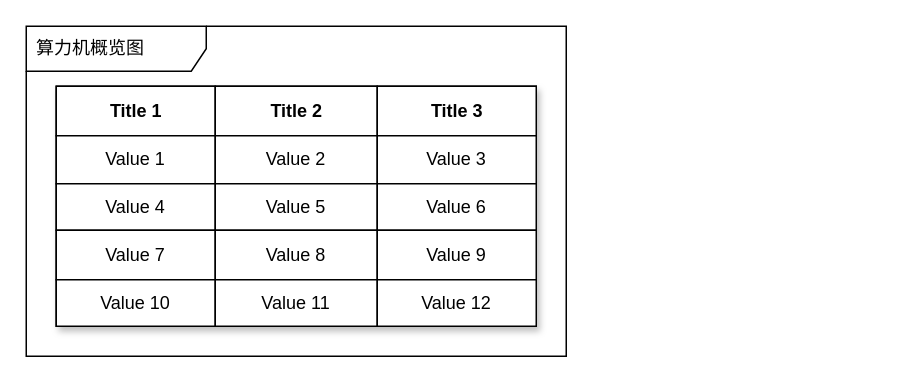
Above: system_daemon.drawio in foreignbill/drawio (draw.io), before the change. Source tidied: cells renumbered, new cells numbered last; positions are measured from the earlier drawing's top-left corner, leaving out a move shared by most shapes. Both pictures are drawn from the tidied source at 150%, with x=0, y=0 at pixel (26, 26).
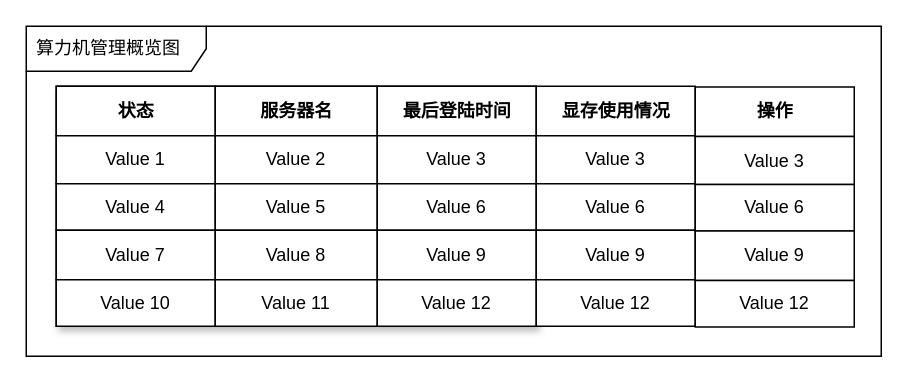
After the change.

Unchanged cells that the change refers to:
```xml
<mxCell id="4" style="shape=tableRow;horizontal=0;startSize=0;swimlaneHead=0;swimlaneBody=0;top=0;left=0;bottom=0;right=0;fontStyle=0;" parent="3" vertex="1">
  <mxGeometry width="320" height="33" as="geometry" />
</mxCell>
```

What changed in the source:
```diff
@@
-    <mxCell id="2" value="算力机概览图" style="shape=umlFrame;whiteSpace=wrap;html=1;width=120;height=30;boundedLbl=1;verticalAlign=middle;align=left;spacingLeft=5;" parent="1" vertex="1">
-      <mxGeometry width="360" height="220" as="geometry" />
+    <mxCell id="2" value="算力机管理概览图" style="shape=umlFrame;whiteSpace=wrap;html=1;width=120;height=30;boundedLbl=1;verticalAlign=middle;align=left;spacingLeft=5;" parent="1" vertex="1">
+      <mxGeometry width="570" height="220" as="geometry" />
     </mxCell>
@@
-    <mxCell id="5" value="Title 1" style="align=center;fontStyle=1;html=1;" parent="4" vertex="1">
+    <mxCell id="5" value="状态" style="align=center;fontStyle=1;html=1;" parent="4" vertex="1">
       <mxGeometry width="106" height="33" as="geometry" />
     </mxCell>
-    <mxCell id="6" value="Title 2" style="align=center;fontStyle=1;html=1;" parent="4" vertex="1">
+    <mxCell id="6" value="服务器名" style="align=center;fontStyle=1;html=1;" parent="4" vertex="1">
       <mxGeometry x="106" width="108" height="33" as="geometry" />
     </mxCell>
-    <mxCell id="7" value="Title 3" style="align=center;fontStyle=1;html=1;" parent="4" vertex="1">
+    <mxCell id="7" value="最后登陆时间" style="align=center;fontStyle=1;html=1;" parent="4" vertex="1">
       <mxGeometry x="214" width="106" height="33" as="geometry" />
     </mxCell>
@@
+    <mxCell id="24" value="显存使用情况" style="align=center;fontStyle=1;html=1;" parent="1" vertex="1">
+      <mxGeometry x="340" y="40" width="106" height="33" as="geometry" />
+    </mxCell>
+    <mxCell id="25" value="Value 3" style="align=center;whiteSpace=wrap;html=1;" parent="1" vertex="1">
+      <mxGeometry x="340" y="73" width="106" height="32" as="geometry" />
+    </mxCell>
+    <mxCell id="26" value="Value 6" style="whiteSpace=wrap;html=1;" parent="1" vertex="1">
+      <mxGeometry x="340" y="105" width="106" height="31" as="geometry" />
+    </mxCell>
+    <mxCell id="27" value="Value 9" style="fontStyle=0;align=center;whiteSpace=wrap;html=1;" parent="1" vertex="1">
+      <mxGeometry x="340" y="136" width="106" height="33" as="geometry" />
+    </mxCell>
+    <mxCell id="28" value="Value 12" style="whiteSpace=wrap;html=1;" parent="1" vertex="1">
+      <mxGeometry x="340" y="169" width="106" height="31" as="geometry" />
+    </mxCell>
+    <mxCell id="29" value="操作" style="align=center;fontStyle=1;html=1;" parent="1" vertex="1">
+      <mxGeometry x="446" y="40.5" width="106" height="33" as="geometry" />
+    </mxCell>
+    <mxCell id="30" value="Value 3" style="align=center;whiteSpace=wrap;html=1;" parent="1" vertex="1">
+      <mxGeometry x="446" y="73.5" width="106" height="32" as="geometry" />
+    </mxCell>
+    <mxCell id="31" value="Value 6" style="whiteSpace=wrap;html=1;" parent="1" vertex="1">
+      <mxGeometry x="446" y="105.5" width="106" height="31" as="geometry" />
+    </mxCell>
+    <mxCell id="32" value="Value 9" style="fontStyle=0;align=center;whiteSpace=wrap;html=1;" parent="1" vertex="1">
+      <mxGeometry x="446" y="136.5" width="106" height="33" as="geometry" />
+    </mxCell>
+    <mxCell id="33" value="Value 12" style="whiteSpace=wrap;html=1;" parent="1" vertex="1">
+      <mxGeometry x="446" y="169.5" width="106" height="31" as="geometry" />
+    </mxCell>
```
